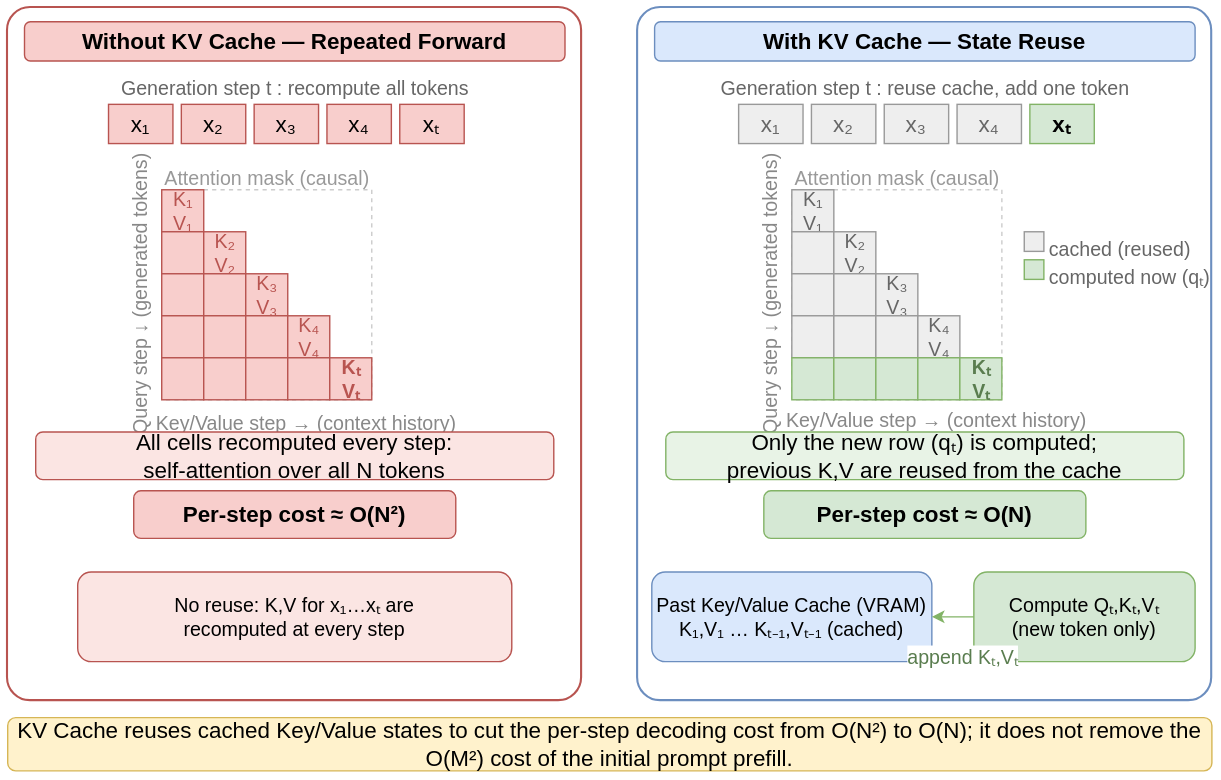
This is paper/tougao_new/3次调整/attach/drawprompt/pic2.drawio.svg from hua0424/streamllm, a draw.io export, as it was before one commit. Source tidied: cells renumbered, new cells last; positions are measured from the earlier drawing's top-left corner, leaving out a move shared by most shapes.
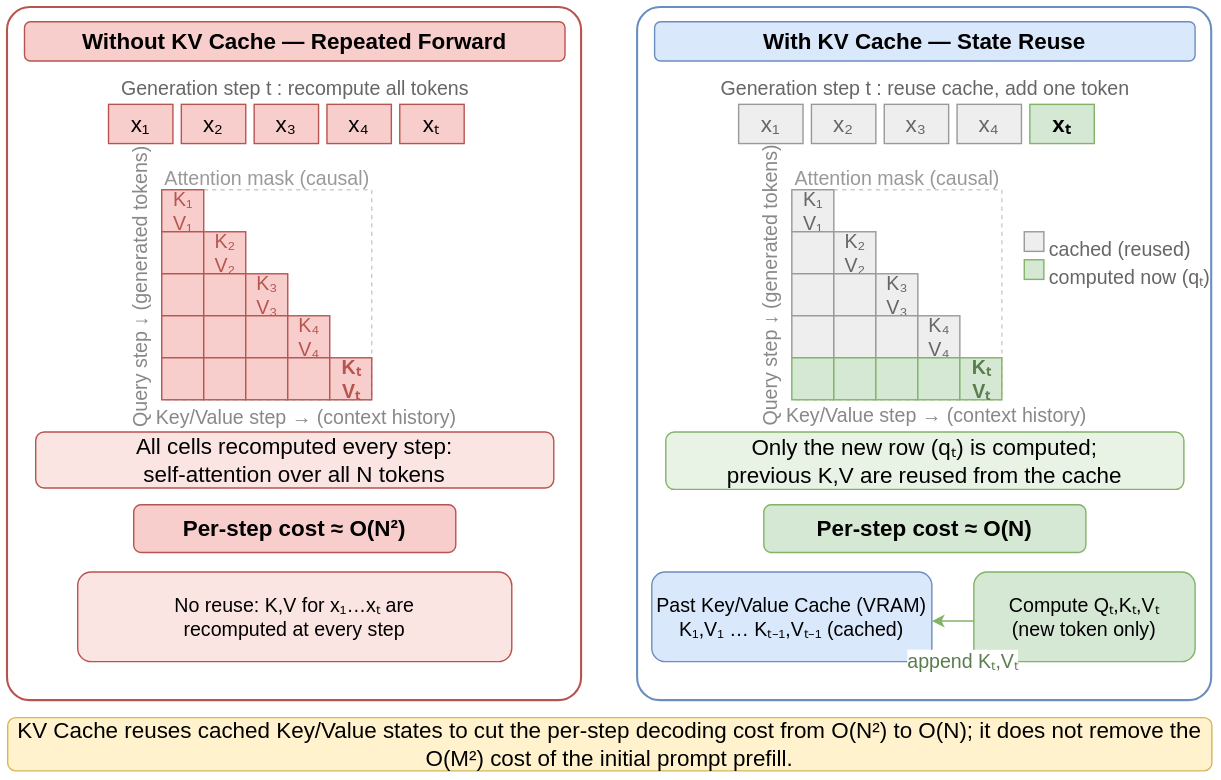
Later version of the same file.

Change to the diagram source:
```diff
@@ -57,16 +57,16 @@
       <mxGeometry x="540" y="107" width="190" height="16" as="geometry" />
     </mxCell>
     <mxCell id="20" value="&lt;font face=&quot;Helvetica&quot; style=&quot;font-size: 14px;&quot;&gt;Query step ↓ (generated tokens)&lt;/font&gt;" style="text;html=1;align=center;fontSize=11;fontColor=#888888;horizontal=0;" parent="1" vertex="1">
-      <mxGeometry x="80" y="135" width="22" height="140" as="geometry" />
+      <mxGeometry x="80" y="130" width="22" height="140" as="geometry" />
     </mxCell>
     <mxCell id="21" value="&lt;font face=&quot;Helvetica&quot; style=&quot;font-size: 14px;&quot;&gt;Key/Value step → (context history)&lt;/font&gt;" style="text;html=1;align=center;fontSize=11;fontColor=#888888;" parent="1" vertex="1">
-      <mxGeometry x="118" y="282" width="190" height="14" as="geometry" />
+      <mxGeometry x="118" y="278" width="190" height="14" as="geometry" />
     </mxCell>
     <mxCell id="22" value="&lt;font face=&quot;Helvetica&quot; style=&quot;font-size: 14px;&quot;&gt;Query step ↓ (generated tokens)&lt;/font&gt;" style="text;html=1;align=center;fontSize=11;fontColor=#888888;horizontal=0;" parent="1" vertex="1">
-      <mxGeometry x="530" y="135" width="22" height="140" as="geometry" />
+      <mxGeometry x="530" y="129" width="22" height="140" as="geometry" />
     </mxCell>
     <mxCell id="23" value="&lt;font face=&quot;Helvetica&quot; style=&quot;font-size: 14px;&quot;&gt;Key/Value step → (context history)&lt;/font&gt;" style="text;html=1;align=center;fontSize=11;fontColor=#888888;" parent="1" vertex="1">
-      <mxGeometry x="568" y="280" width="190" height="14" as="geometry" />
+      <mxGeometry x="568" y="276" width="190" height="14" as="geometry" />
     </mxCell>
     <mxCell id="24" style="rounded=0;whiteSpace=wrap;html=1;fillColor=none;strokeColor=#cccccc;dashed=1;" parent="1" vertex="1">
       <mxGeometry x="110" y="130" width="150" height="150" as="geometry" />
@@ -177,16 +177,16 @@
       <mxGeometry x="742" y="178" width="110" height="16" as="geometry" />
     </mxCell>
     <mxCell id="60" value="&lt;font face=&quot;Helvetica&quot; style=&quot;font-size: 16px;&quot;&gt;All cells recomputed every step:&lt;br&gt;self-attention over all N tokens&lt;/font&gt;" style="rounded=1;whiteSpace=wrap;html=1;fillColor=#fbe5e3;strokeColor=#b85450;fontSize=11;" parent="1" vertex="1">
-      <mxGeometry x="20" y="303" width="370" height="34" as="geometry" />
+      <mxGeometry x="20" y="303" width="370" height="40" as="geometry" />
     </mxCell>
     <mxCell id="61" value="&lt;font face=&quot;Helvetica&quot; style=&quot;font-size: 16px;&quot;&gt;Only the new row (qₜ) is computed;&lt;br&gt;previous K,V are reused from the cache&lt;/font&gt;" style="rounded=1;whiteSpace=wrap;html=1;fillColor=#e8f3e6;strokeColor=#82b366;fontSize=11;" parent="1" vertex="1">
-      <mxGeometry x="470" y="303" width="370" height="34" as="geometry" />
+      <mxGeometry x="470" y="303" width="370" height="41" as="geometry" />
     </mxCell>
     <mxCell id="62" value="&lt;font face=&quot;Helvetica&quot; style=&quot;font-size: 16px;&quot;&gt;Per-step cost ≈ O(N²)&lt;/font&gt;" style="rounded=1;whiteSpace=wrap;html=1;fillColor=#f8cecc;strokeColor=#b85450;fontStyle=1;fontSize=14;" parent="1" vertex="1">
-      <mxGeometry x="90" y="345" width="230" height="34" as="geometry" />
+      <mxGeometry x="90" y="355" width="230" height="34" as="geometry" />
     </mxCell>
     <mxCell id="63" value="&lt;font face=&quot;Helvetica&quot; style=&quot;font-size: 16px;&quot;&gt;Per-step cost ≈ O(N)&lt;/font&gt;" style="rounded=1;whiteSpace=wrap;html=1;fillColor=#d5e8d4;strokeColor=#82b366;fontStyle=1;fontSize=14;" parent="1" vertex="1">
-      <mxGeometry x="540" y="345" width="230" height="34" as="geometry" />
+      <mxGeometry x="540" y="355" width="230" height="34" as="geometry" />
     </mxCell>
     <mxCell id="64" value="&lt;font face=&quot;Helvetica&quot; style=&quot;font-size: 14px;&quot;&gt;No reuse: K,V for x₁…xₜ are&lt;br&gt;recomputed at every step&lt;/font&gt;" style="rounded=1;whiteSpace=wrap;html=1;fillColor=#fbe5e3;strokeColor=#b85450;fontSize=11;" parent="1" vertex="1">
       <mxGeometry x="50" y="403" width="310" height="64" as="geometry" />
@@ -197,8 +197,11 @@
     <mxCell id="66" value="&lt;font face=&quot;Helvetica&quot; style=&quot;font-size: 14px;&quot;&gt;Compute Qₜ,Kₜ,Vₜ&lt;br&gt;(new token only)&lt;/font&gt;" style="rounded=1;whiteSpace=wrap;html=1;fillColor=#d5e8d4;strokeColor=#82b366;fontSize=11;" parent="1" vertex="1">
       <mxGeometry x="690" y="403" width="158" height="64" as="geometry" />
     </mxCell>
-    <mxCell id="67" value="&lt;font face=&quot;Helvetica&quot; style=&quot;font-size: 14px;&quot;&gt;append Kₜ,Vₜ&lt;/font&gt;" style="endArrow=classic;html=1;rounded=0;strokeColor=#82b366;fontSize=11;fontColor=#5a7d4f;" parent="1" edge="1" source="66" target="65">
-      <mxGeometry x="-0.47" y="29" relative="1" as="geometry" />
+    <mxCell id="67" value="&lt;font face=&quot;Helvetica&quot; style=&quot;font-size: 14px;&quot;&gt;append Kₜ,Vₜ&lt;/font&gt;" style="endArrow=classic;html=1;rounded=0;strokeColor=#82b366;fontSize=11;fontColor=#5a7d4f;" parent="1" edge="1">
+      <mxGeometry x="-0.47" y="29" relative="1" as="geometry">
+        <mxPoint x="690" y="438" as="sourcePoint" />
+        <mxPoint x="660" y="438" as="targetPoint" />
+      </mxGeometry>
     </mxCell>
     <mxCell id="68" value="&lt;font face=&quot;Helvetica&quot; style=&quot;font-size: 16px;&quot;&gt;KV Cache reuses cached Key/Value states to cut the per-step decoding cost from O(N²) to O(N); it does not remove the O(M²) cost of the initial prompt prefill.&lt;/font&gt;" style="rounded=1;whiteSpace=wrap;html=1;fillColor=#fff2cc;strokeColor=#d6b656;fontSize=11;" parent="1" vertex="1">
       <mxGeometry y="507" width="860" height="38" as="geometry" />
```
